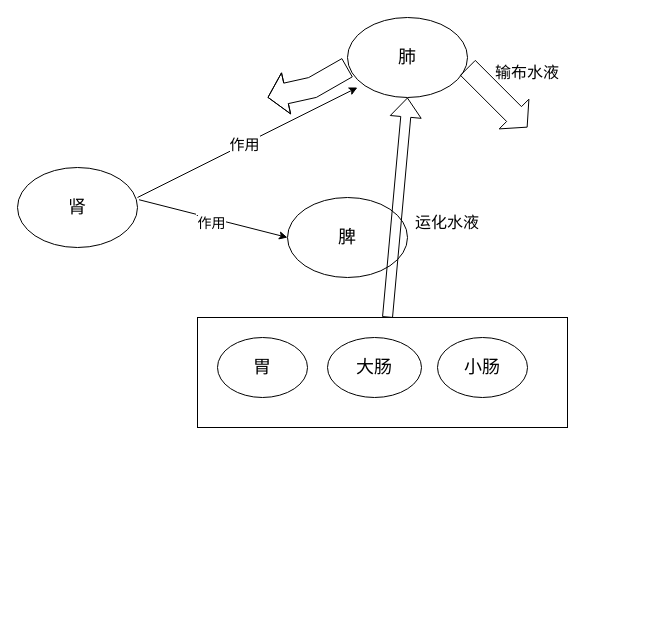
328507133/chart keeps this draw.io diagram as 医门推敲叁/中医藏象学说/藏象学说之肾/肾的生理功能/肾的生理功能-肾主水.drawio. Above is the earlier version. Source tidied: cells renumbered, new cells numbered last; positions are measured from the earlier drawing's top-left corner, leaving out a move shared by most shapes. Both pictures are drawn from the tidied source at 100%, with x=0, y=0 at pixel (17, 17).
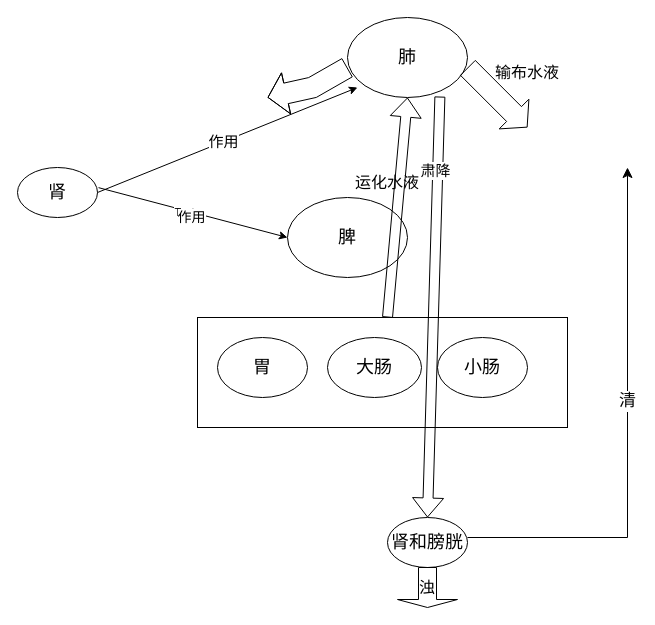
Above is the later version.

Commit message (it also covers changes not shown here):
更新肾的生理功能-肾主水.drawio

The change refers to these unchanged cells:
```xml
<mxCell id="4" value="肺" style="ellipse;whiteSpace=wrap;html=1;fontSize=18;" parent="1" vertex="1">
  <mxGeometry x="330" width="120" height="80" as="geometry" />
</mxCell>
```

Change to the diagram source:
```diff
@@
     <mxCell id="3" value="肾" style="ellipse;whiteSpace=wrap;html=1;fontSize=18;" parent="1" vertex="1">
-      <mxGeometry y="150" width="120" height="80" as="geometry" />
+      <mxGeometry y="150" width="80" height="50" as="geometry" />
     </mxCell>
@@
     <mxCell id="9" value="运化水液" style="text;html=1;strokeColor=none;fillColor=none;align=center;verticalAlign=middle;whiteSpace=wrap;rounded=0;fontSize=16;" parent="1" vertex="1">
-      <mxGeometry x="390" y="190" width="80" height="30" as="geometry" />
+      <mxGeometry x="330" y="150" width="80" height="30" as="geometry" />
     </mxCell>
-    <mxCell id="10" style="endArrow=classic;html=1;rounded=0;entryX=0.083;entryY=0.875;entryDx=0;entryDy=0;entryPerimeter=0;" parent="1" edge="1" target="4">
-      <mxGeometry relative="1" as="geometry">
-        <mxPoint x="120" y="180" as="sourcePoint" />
-      </mxGeometry>
+    <mxCell id="10" style="endArrow=classic;html=1;rounded=0;entryX=0.083;entryY=0.875;entryDx=0;entryDy=0;entryPerimeter=0;exitX=1;exitY=0.5;exitDx=0;exitDy=0;" parent="1" edge="1" source="3" target="4">
+      <mxGeometry relative="1" as="geometry" />
     </mxCell>
@@
+    <mxCell id="19" value="肾和膀胱" style="ellipse;whiteSpace=wrap;html=1;fontSize=18;" parent="1" vertex="1">
+      <mxGeometry x="370" y="500" width="80" height="50" as="geometry" />
+    </mxCell>
+    <mxCell id="20" style="shape=flexArrow;endArrow=classic;html=1;rounded=0;exitX=0.77;exitY=0.988;exitDx=0;exitDy=0;exitPerimeter=0;entryX=0.5;entryY=0;entryDx=0;entryDy=0;" parent="1" edge="1" source="4" target="19">
+      <mxGeometry relative="1" as="geometry" />
+    </mxCell>
+    <mxCell id="21" value="&lt;font style=&quot;font-size: 15px;&quot;&gt;肃降&lt;/font&gt;" style="edgeLabel;html=1;align=center;verticalAlign=middle;" parent="20" vertex="1">
+      <mxGeometry x="-0.65" y="-3" relative="1" as="geometry" />
+    </mxCell>
+    <mxCell id="22" style="edgeStyle=segmentEdgeStyle;endArrow=classic;html=1;curved=0;rounded=0;endSize=8;startSize=8;" parent="1" edge="1">
+      <mxGeometry relative="1" as="geometry">
+        <mxPoint x="450" y="520" as="sourcePoint" />
+        <mxPoint x="610" y="150" as="targetPoint" />
+      </mxGeometry>
+    </mxCell>
+    <mxCell id="23" value="&lt;font style=&quot;font-size: 17px;&quot;&gt;清&lt;/font&gt;" style="edgeLabel;html=1;align=center;verticalAlign=middle;" parent="22" vertex="1">
+      <mxGeometry x="0.12" y="1" relative="1" as="geometry" />
+    </mxCell>
+    <mxCell id="24" value="浊" style="shape=singleArrow;direction=south;whiteSpace=wrap;html=1;fontSize=16;" parent="1" vertex="1">
+      <mxGeometry x="380" y="550" width="60" height="40" as="geometry" />
+    </mxCell>
```
